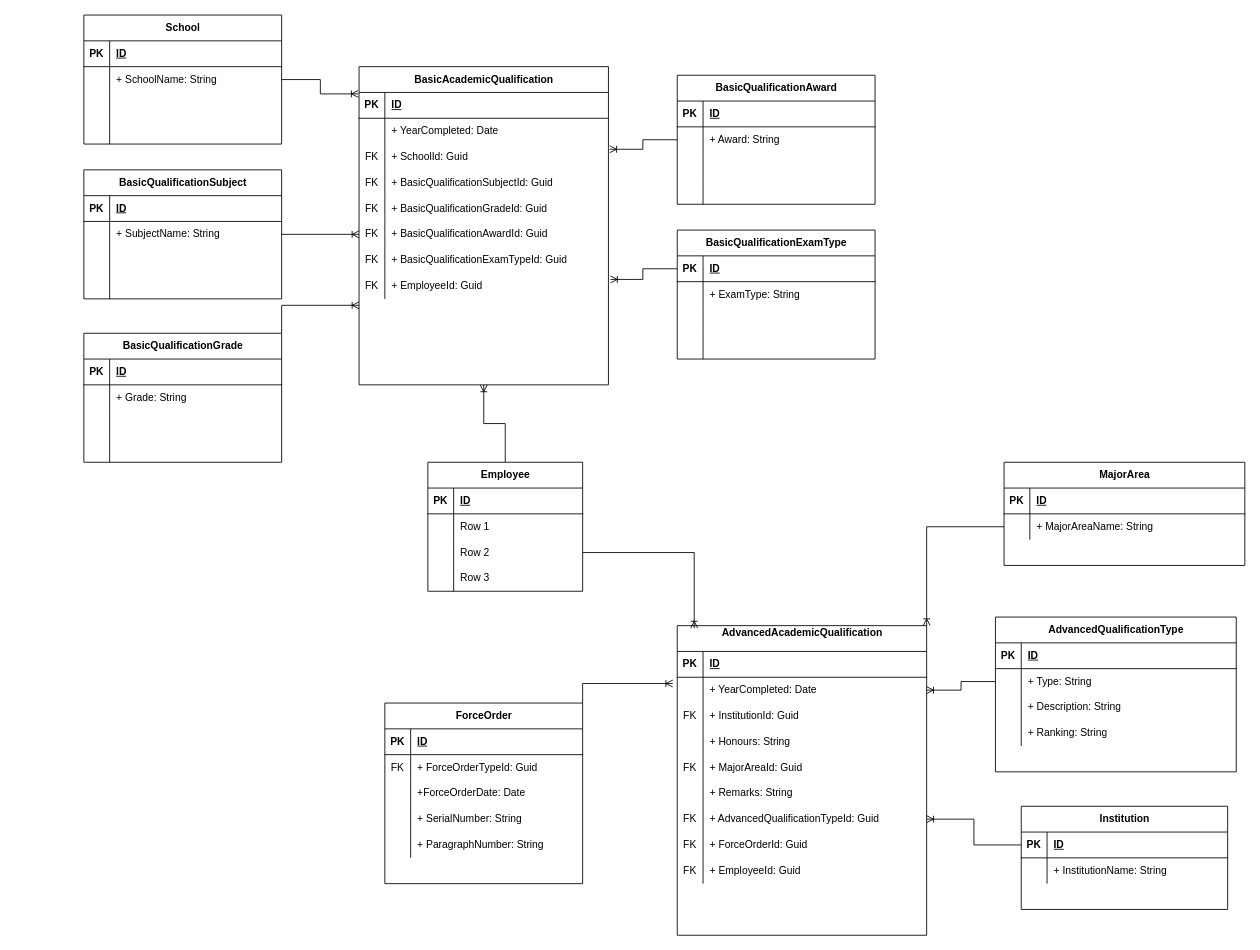
The draw.io diagram page "Academic Qualifications" (4 of 4) of GDFHrmsDesignDocs.drawio in ResearchAndDevelopmentSignal/GDFHRMSDesignDocs, before the edit. Source tidied: cells renumbered, new cells numbered last; positions are measured from the earlier drawing's top-left corner, leaving out a move shared by most shapes. Both pictures are drawn from the tidied source at 86%, with x=0, y=0 at pixel (83, 15).
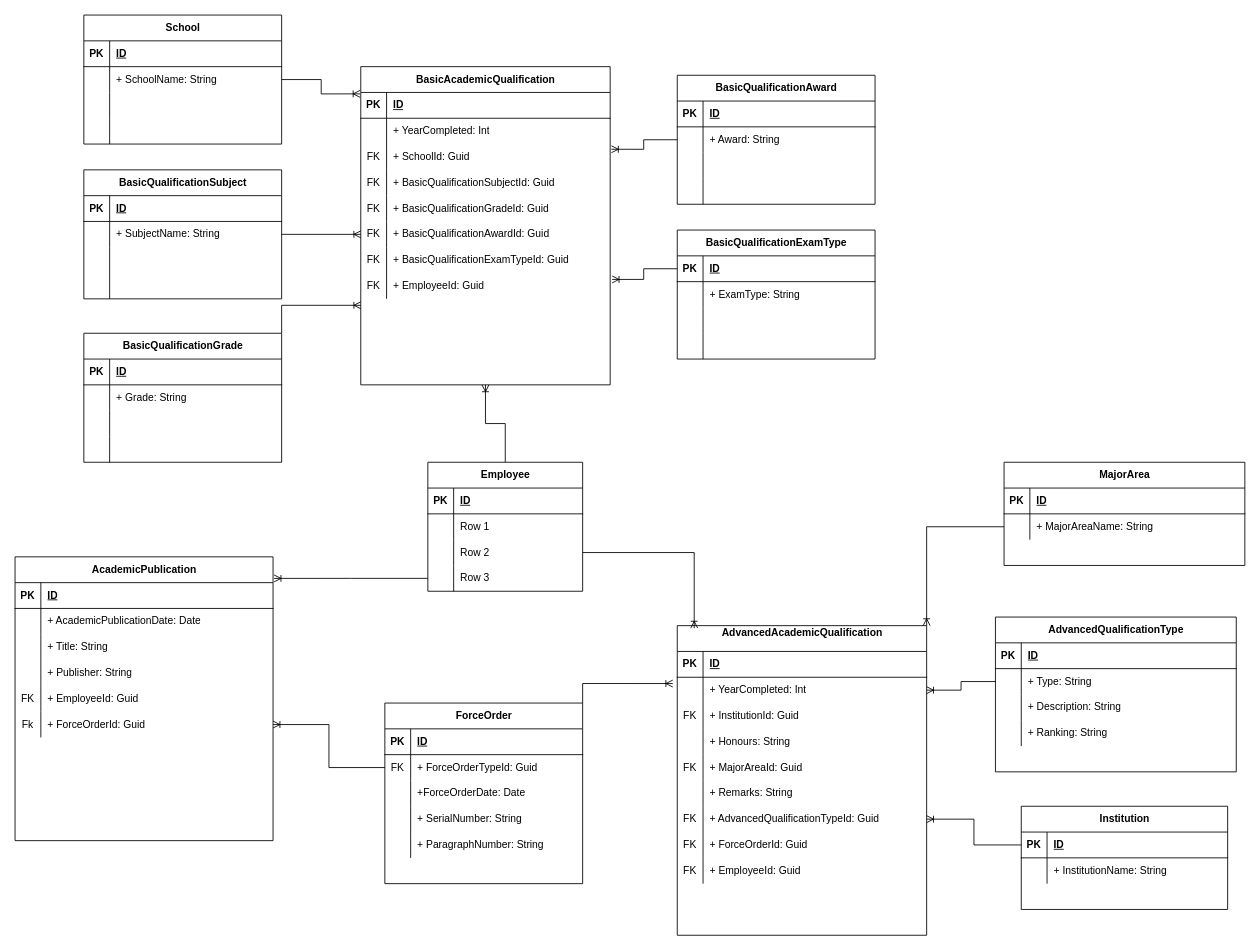
The same page after the edit.

Unchanged cells that the change refers to:
```xml
<mxCell id="6" style="shape=tableRow;horizontal=0;startSize=0;swimlaneHead=0;swimlaneBody=0;fillColor=none;points=[[0,0.5],[1,0.5]];portConstraint=eastwest;top=0;left=0;right=0;bottom=0;" parent="2" vertex="1">
  <mxGeometry y="60" width="230" height="30" as="geometry" />
</mxCell>
<mxCell id="29" style="shape=tableRow;horizontal=0;startSize=0;swimlaneHead=0;swimlaneBody=0;fillColor=none;points=[[0,0.5],[1,0.5]];portConstraint=eastwest;top=0;left=0;right=0;bottom=0;" parent="19" vertex="1">
  <mxGeometry y="120" width="180" height="30" as="geometry" />
</mxCell>
<mxCell id="36" style="shape=tableRow;horizontal=0;startSize=0;swimlaneHead=0;swimlaneBody=0;fillColor=none;top=0;left=0;right=0;bottom=0;" parent="32" vertex="1">
  <mxGeometry y="60" width="290" height="30" as="geometry" />
</mxCell>
<mxCell id="132" style="shape=tableRow;horizontal=0;startSize=0;swimlaneHead=0;swimlaneBody=0;fillColor=none;points=[[0,0.5],[1,0.5]];portConstraint=eastwest;top=0;left=0;right=0;bottom=0;" parent="128" vertex="1">
  <mxGeometry y="60" width="290" height="30" as="geometry" />
</mxCell>
```

What changed in the source:
```diff
@@
     <mxCell id="32" value="BasicAcademicQualification" style="shape=table;startSize=30;childLayout=tableLayout;rowLines=0;fontStyle=1;align=center;html=1;swimlaneLine=1;shadow=0;" parent="1" vertex="1">
-      <mxGeometry x="320" y="60" width="290" height="370" as="geometry" />
+      <mxGeometry x="322" y="60" width="290" height="370" as="geometry" />
     </mxCell>
@@
-    <mxCell id="38" value="+ YearCompleted: Date" style="shape=partialRectangle;fillColor=none;top=0;left=0;bottom=0;right=0;align=left;spacingLeft=6;overflow=hidden;whiteSpace=wrap;html=1;" parent="36" vertex="1">
+    <mxCell id="38" value="+ YearCompleted: Int" style="shape=partialRectangle;fillColor=none;top=0;left=0;bottom=0;right=0;align=left;spacingLeft=6;overflow=hidden;whiteSpace=wrap;html=1;" parent="36" vertex="1">
       <mxGeometry x="30" width="260" height="30" as="geometry" />
     </mxCell>
@@
-    <mxCell id="134" value="+ YearCompleted: Date" style="shape=partialRectangle;fillColor=none;top=0;left=0;bottom=0;right=0;align=left;spacingLeft=6;overflow=hidden;whiteSpace=wrap;html=1;" parent="132" vertex="1">
+    <mxCell id="134" value="+ YearCompleted: Int" style="shape=partialRectangle;fillColor=none;top=0;left=0;bottom=0;right=0;align=left;spacingLeft=6;overflow=hidden;whiteSpace=wrap;html=1;" parent="132" vertex="1">
       <mxGeometry x="30" width="260" height="30" as="geometry" />
     </mxCell>
@@
+    <mxCell id="188" value="AcademicPublication" style="shape=table;startSize=30;childLayout=tableLayout;rowLines=0;fontStyle=1;align=center;html=1;" parent="1" vertex="1">
+      <mxGeometry x="-80" y="630" width="300" height="330" as="geometry" />
+    </mxCell>
+    <mxCell id="189" style="shape=tableRow;horizontal=0;startSize=0;swimlaneHead=0;swimlaneBody=0;fillColor=none;top=0;left=0;right=0;bottom=1;" parent="188" vertex="1">
+      <mxGeometry y="30" width="300" height="30" as="geometry" />
+    </mxCell>
+    <mxCell id="190" value="PK" style="shape=partialRectangle;fillColor=none;top=0;left=0;bottom=0;right=0;fontStyle=1;overflow=hidden;whiteSpace=wrap;html=1;" parent="189" vertex="1">
+      <mxGeometry width="30" height="30" as="geometry" />
+    </mxCell>
+    <mxCell id="191" value="ID" style="shape=partialRectangle;fillColor=none;top=0;left=0;bottom=0;right=0;align=left;spacingLeft=6;fontStyle=5;overflow=hidden;whiteSpace=wrap;html=1;" parent="189" vertex="1">
+      <mxGeometry x="30" width="270" height="30" as="geometry" />
+    </mxCell>
+    <mxCell id="192" style="shape=tableRow;horizontal=0;startSize=0;swimlaneHead=0;swimlaneBody=0;fillColor=none;top=0;left=0;right=0;bottom=0;" parent="188" vertex="1">
+      <mxGeometry y="60" width="300" height="30" as="geometry" />
+    </mxCell>
+    <mxCell id="193" style="shape=partialRectangle;fillColor=none;top=0;left=0;bottom=0;right=0;overflow=hidden;whiteSpace=wrap;html=1;" parent="192" vertex="1">
+      <mxGeometry width="30" height="30" as="geometry" />
+    </mxCell>
+    <mxCell id="194" value="+ AcademicPublicationDate: Date" style="shape=partialRectangle;fillColor=none;top=0;left=0;bottom=0;right=0;align=left;spacingLeft=6;overflow=hidden;whiteSpace=wrap;html=1;" parent="192" vertex="1">
+      <mxGeometry x="30" width="270" height="30" as="geometry" />
+    </mxCell>
+    <mxCell id="195" style="shape=tableRow;horizontal=0;startSize=0;swimlaneHead=0;swimlaneBody=0;fillColor=none;top=0;left=0;right=0;bottom=0;" parent="188" vertex="1">
+      <mxGeometry y="90" width="300" height="30" as="geometry" />
+    </mxCell>
+    <mxCell id="196" style="shape=partialRectangle;fillColor=none;top=0;left=0;bottom=0;right=0;overflow=hidden;whiteSpace=wrap;html=1;" parent="195" vertex="1">
+      <mxGeometry width="30" height="30" as="geometry" />
+    </mxCell>
+    <mxCell id="197" value="+ Title: String" style="shape=partialRectangle;fillColor=none;top=0;left=0;bottom=0;right=0;align=left;spacingLeft=6;overflow=hidden;whiteSpace=wrap;html=1;" parent="195" vertex="1">
+      <mxGeometry x="30" width="270" height="30" as="geometry" />
+    </mxCell>
+    <mxCell id="198" style="shape=tableRow;horizontal=0;startSize=0;swimlaneHead=0;swimlaneBody=0;fillColor=none;top=0;left=0;right=0;bottom=0;" parent="188" vertex="1">
+      <mxGeometry y="120" width="300" height="30" as="geometry" />
+    </mxCell>
+    <mxCell id="199" style="shape=partialRectangle;fillColor=none;top=0;left=0;bottom=0;right=0;overflow=hidden;whiteSpace=wrap;html=1;" parent="198" vertex="1">
+      <mxGeometry width="30" height="30" as="geometry" />
+    </mxCell>
+    <mxCell id="200" value="+ Publisher: String" style="shape=partialRectangle;fillColor=none;top=0;left=0;bottom=0;right=0;align=left;spacingLeft=6;overflow=hidden;whiteSpace=wrap;html=1;" parent="198" vertex="1">
+      <mxGeometry x="30" width="270" height="30" as="geometry" />
+    </mxCell>
+    <mxCell id="201" style="shape=tableRow;horizontal=0;startSize=0;swimlaneHead=0;swimlaneBody=0;fillColor=none;top=0;left=0;right=0;bottom=0;" parent="188" vertex="1">
+      <mxGeometry y="150" width="300" height="30" as="geometry" />
+    </mxCell>
+    <mxCell id="202" value="FK" style="shape=partialRectangle;fillColor=none;top=0;left=0;bottom=0;right=0;overflow=hidden;whiteSpace=wrap;html=1;" parent="201" vertex="1">
+      <mxGeometry width="30" height="30" as="geometry" />
+    </mxCell>
+    <mxCell id="203" value="+ EmployeeId: Guid" style="shape=partialRectangle;fillColor=none;top=0;left=0;bottom=0;right=0;align=left;spacingLeft=6;overflow=hidden;whiteSpace=wrap;html=1;" parent="201" vertex="1">
+      <mxGeometry x="30" width="270" height="30" as="geometry" />
+    </mxCell>
+    <mxCell id="204" style="shape=tableRow;horizontal=0;startSize=0;swimlaneHead=0;swimlaneBody=0;fillColor=none;points=[[0,0.5],[1,0.5]];portConstraint=eastwest;top=0;left=0;right=0;bottom=0;" parent="188" vertex="1">
+      <mxGeometry y="180" width="300" height="30" as="geometry" />
+    </mxCell>
+    <mxCell id="205" value="Fk" style="shape=partialRectangle;fillColor=none;top=0;left=0;bottom=0;right=0;overflow=hidden;whiteSpace=wrap;html=1;" parent="204" vertex="1">
+      <mxGeometry width="30" height="30" as="geometry" />
+    </mxCell>
+    <mxCell id="206" value="+ ForceOrderId: Guid" style="shape=partialRectangle;fillColor=none;top=0;left=0;bottom=0;right=0;align=left;spacingLeft=6;overflow=hidden;whiteSpace=wrap;html=1;" parent="204" vertex="1">
+      <mxGeometry x="30" width="270" height="30" as="geometry" />
+    </mxCell>
+    <mxCell id="207" style="edgeStyle=orthogonalEdgeStyle;rounded=0;jettySize=auto;html=1;exitX=0;exitY=0.5;exitDx=0;exitDy=0;entryX=1;entryY=0.5;entryDx=0;entryDy=0;endArrow=ERoneToMany;endFill=0;" parent="1" edge="1" source="6" target="204">
+      <mxGeometry relative="1" as="geometry" />
+    </mxCell>
+    <mxCell id="208" style="edgeStyle=orthogonalEdgeStyle;rounded=0;jettySize=auto;html=1;exitX=0;exitY=0.5;exitDx=0;exitDy=0;entryX=1.004;entryY=0.076;entryDx=0;entryDy=0;entryPerimeter=0;endArrow=ERoneToMany;endFill=0;" parent="1" edge="1" source="29" target="188">
+      <mxGeometry relative="1" as="geometry" />
+    </mxCell>
```
